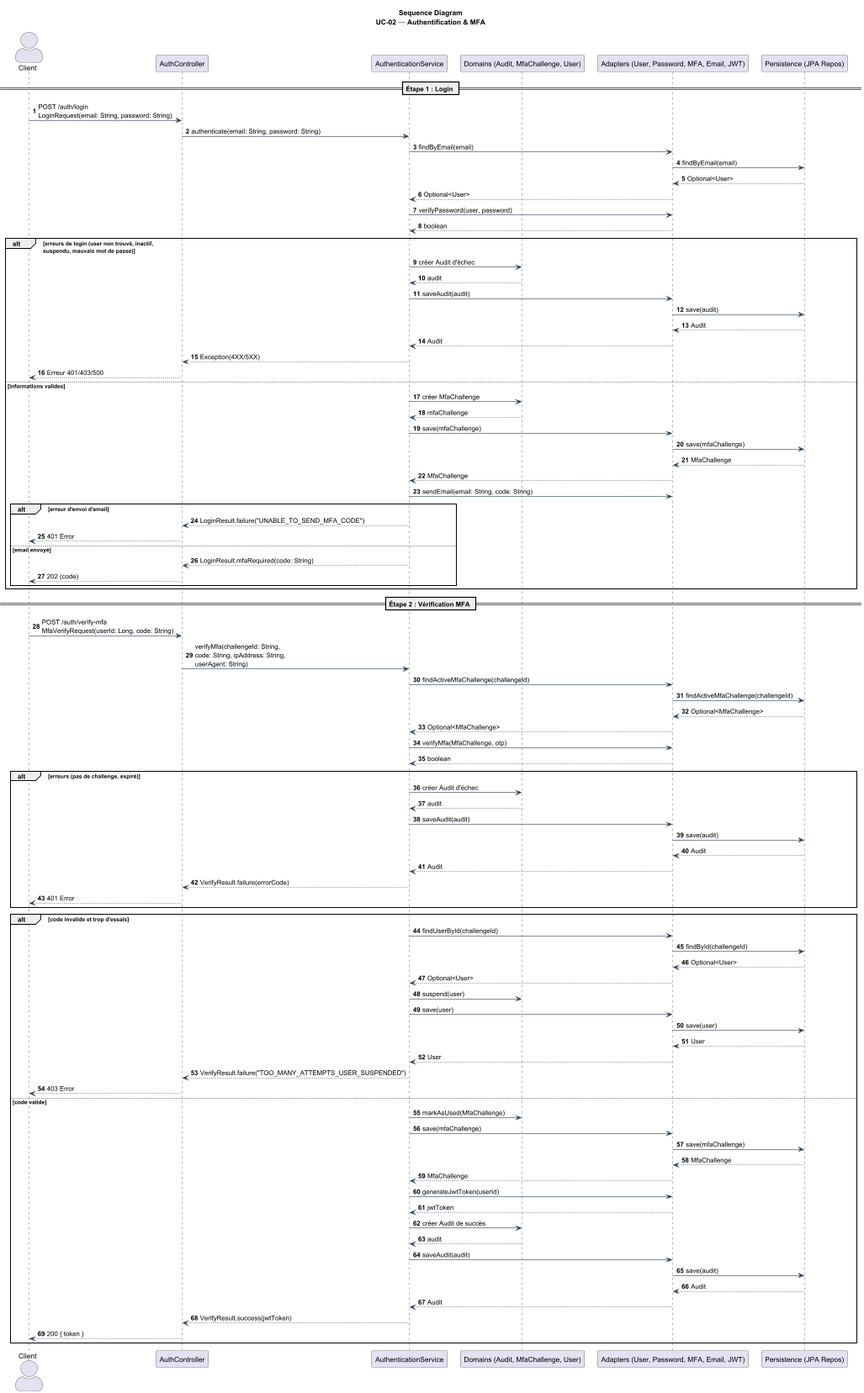
This is docs/architecture/4+1/processView/sequenceDiagrams/sequenceDiagramUC02.png from Hugo-12341234/BrokerX_MicroServices, a PlantUML export, as it was before one commit. Source of this version:
```plantuml
@startuml

title Sequence Diagram\nUC-02 — Authentification & MFA

skinparam ParticipantPadding 8
skinparam BoxPadding 6
skinparam Shadowing false
skinparam ArrowColor #2c3e50
skinparam ActorStyle awesome
autonumber

actor Client
participant AuthController
participant AuthenticationService
participant "Domains (Audit, MfaChallenge, User)" as Domain
participant "Adapters (User, Password, MFA, Email, JWT)" as Adapters
participant "Persistence (JPA Repos)" as Persistence


== Étape 1 : Login ==
Client -> AuthController: POST /auth/login\nLoginRequest(email: String, password: String)
AuthController -> AuthenticationService: authenticate(email: String, password: String)

AuthenticationService -> Adapters: findByEmail(email)
Adapters -> Persistence: findByEmail(email)
Persistence --> Adapters: Optional<User>
Adapters --> AuthenticationService: Optional<User>

AuthenticationService -> Adapters: verifyPassword(user, password)
Adapters --> AuthenticationService: boolean

alt erreurs de login (user non trouvé, inactif,\nsuspendu, mauvais mot de passe)
  AuthenticationService -> Domain: créer Audit d'échec
  Domain --> AuthenticationService: audit
  AuthenticationService -> Adapters: saveAudit(audit)
  Adapters -> Persistence: save(audit)
  Persistence --> Adapters: Audit
  Adapters --> AuthenticationService: Audit
  AuthenticationService --> AuthController: Exception(4XX/5XX)
  AuthController --> Client: Erreur 401/403/500
else informations valides
  AuthenticationService -> Domain: créer MfaChallenge
  Domain --> AuthenticationService: mfaChallenge
  AuthenticationService -> Adapters: save(mfaChallenge)
  Adapters -> Persistence: save(mfaChallenge)
  Persistence --> Adapters: MfaChallenge
  Adapters --> AuthenticationService: MfaChallenge

  AuthenticationService -> Adapters: sendEmail(email: String, code: String)

  alt erreur d'envoi d'email
    AuthenticationService --> AuthController: LoginResult.failure("UNABLE_TO_SEND_MFA_CODE")
    AuthController --> Client: 401 Error
  else email envoyé
    AuthenticationService --> AuthController: LoginResult.mfaRequired(code: String)
    AuthController --> Client: 202 (code)
  end
end

== Étape 2 : Vérification MFA ==
Client -> AuthController: POST /auth/verify-mfa\nMfaVerifyRequest(userId: Long, code: String)
AuthController -> AuthenticationService: verifyMfa(challengeId: String,\ncode: String, ipAddress: String,\nuserAgent: String)

AuthenticationService -> Adapters: findActiveMfaChallenge(challengeId)
Adapters -> Persistence: findActiveMfaChallenge(challengeId)
Persistence --> Adapters: Optional<MfaChallenge>
Adapters --> AuthenticationService: Optional<MfaChallenge>

AuthenticationService -> Adapters: verifyMfa(MfaChallenge, otp)
Adapters --> AuthenticationService: boolean

alt erreurs (pas de challenge, expiré)
  AuthenticationService -> Domain: créer Audit d'échec
  Domain --> AuthenticationService: audit
  AuthenticationService -> Adapters: saveAudit(audit)
  Adapters -> Persistence: save(audit)
  Persistence --> Adapters: Audit
  Adapters --> AuthenticationService: Audit
  AuthenticationService --> AuthController: VerifyResult.failure(errorCode)
  AuthController --> Client: 401 Error
 end
alt code invalide et trop d'essais
  AuthenticationService -> Adapters: findUserById(challengeId)
    Adapters -> Persistence: findById(challengeId)
    Persistence --> Adapters: Optional<User>
    Adapters --> AuthenticationService: Optional<User>
    AuthenticationService -> Domain: suspend(user)
    AuthenticationService -> Adapters: save(user)
    Adapters -> Persistence: save(user)
    Persistence --> Adapters: User
    Adapters --> AuthenticationService: User
    AuthenticationService --> AuthController: VerifyResult.failure("TOO_MANY_ATTEMPTS_USER_SUSPENDED")
    AuthController --> Client: 403 Error
else code valide
  AuthenticationService -> Domain: markAsUsed(MfaChallenge)
  AuthenticationService -> Adapters: save(mfaChallenge)
  Adapters -> Persistence: save(mfaChallenge)
  Persistence --> Adapters: MfaChallenge
  Adapters --> AuthenticationService: MfaChallenge

  AuthenticationService -> Adapters: generateJwtToken(userId)
  Adapters --> AuthenticationService: jwtToken

  AuthenticationService -> Domain: créer Audit de succès
    Domain --> AuthenticationService: audit
    AuthenticationService -> Adapters: saveAudit(audit)
    Adapters -> Persistence: save(audit)
    Persistence --> Adapters: Audit
    Adapters --> AuthenticationService: Audit

  AuthenticationService --> AuthController: VerifyResult.success(jwtToken)
  AuthController --> Client: 200 { token }
end

@enduml
```
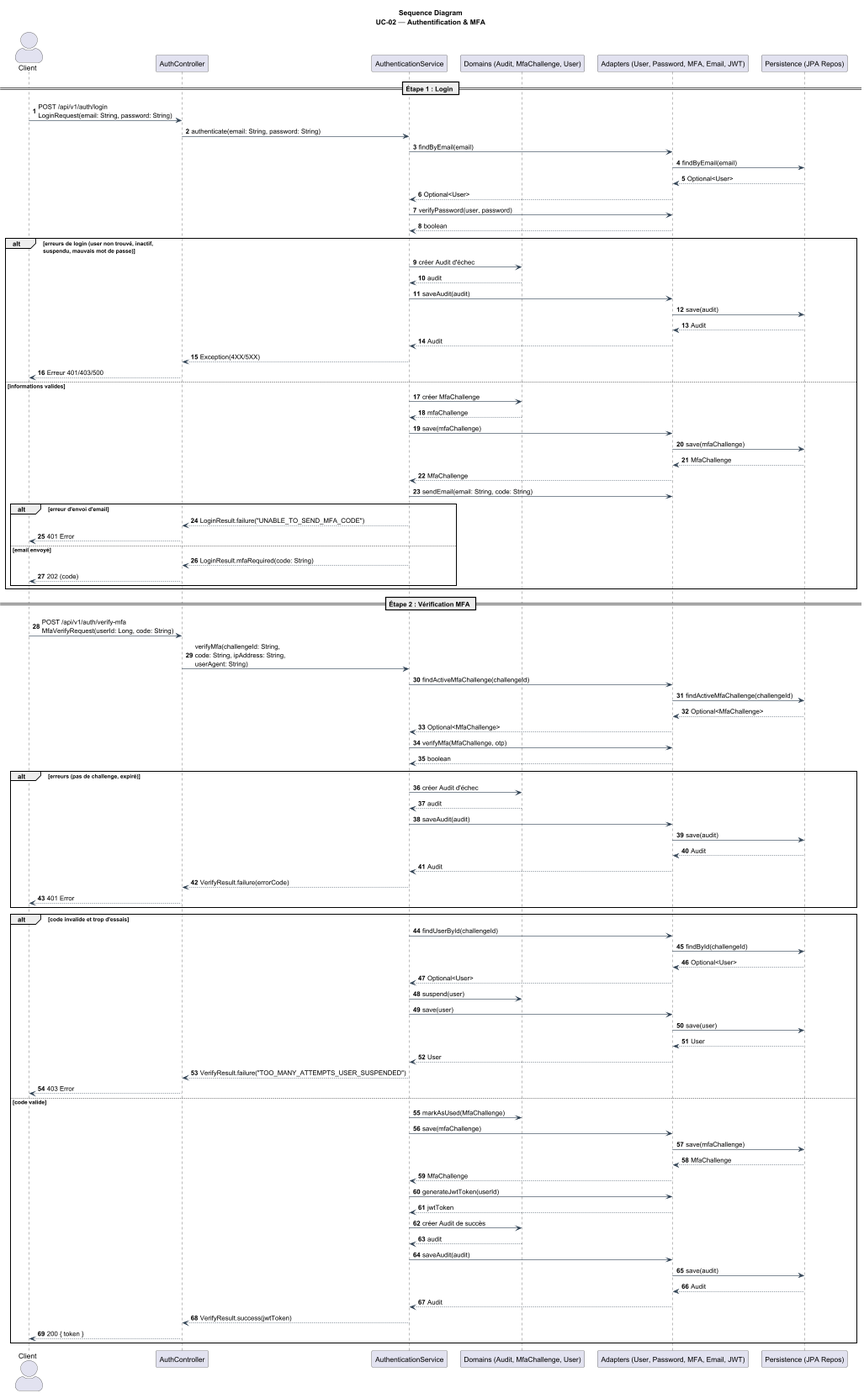
After the change.

The edit, as a diff of the source:
```diff
@@ -18,7 +18,7 @@
 
 
 == Étape 1 : Login ==
-Client -> AuthController: POST /auth/login\nLoginRequest(email: String, password: String)
+Client -> AuthController: POST /api/v1/auth/login\nLoginRequest(email: String, password: String)
 AuthController -> AuthenticationService: authenticate(email: String, password: String)
 
 AuthenticationService -> Adapters: findByEmail(email)
@@ -58,7 +58,7 @@
 end
 
 == Étape 2 : Vérification MFA ==
-Client -> AuthController: POST /auth/verify-mfa\nMfaVerifyRequest(userId: Long, code: String)
+Client -> AuthController: POST /api/v1/auth/verify-mfa\nMfaVerifyRequest(userId: Long, code: String)
 AuthController -> AuthenticationService: verifyMfa(challengeId: String,\ncode: String, ipAddress: String,\nuserAgent: String)
 
 AuthenticationService -> Adapters: findActiveMfaChallenge(challengeId)
```
